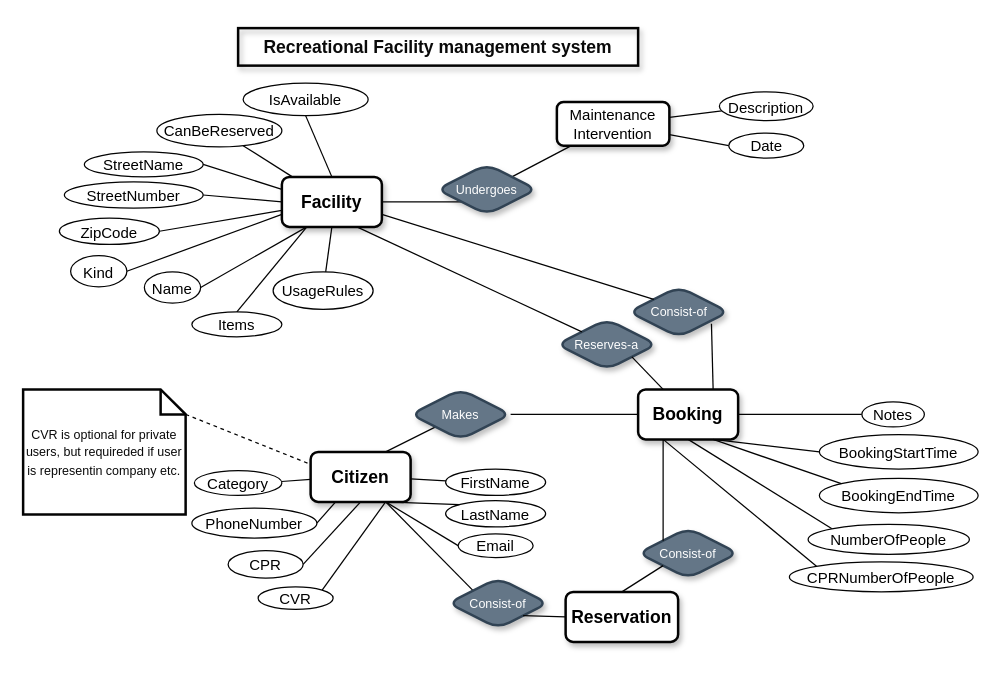
Earlier version of the draw.io diagram Handin2/diagram/ER_Diagram.drawio (MartinStokholm/DABExercises). Source tidied: cells renumbered, new cells numbered last; positions are measured from the earlier drawing's top-left corner, leaving out a move shared by most shapes. Both pictures are drawn from the tidied source at 125%, with x=0, y=0 at pixel (22, 28).
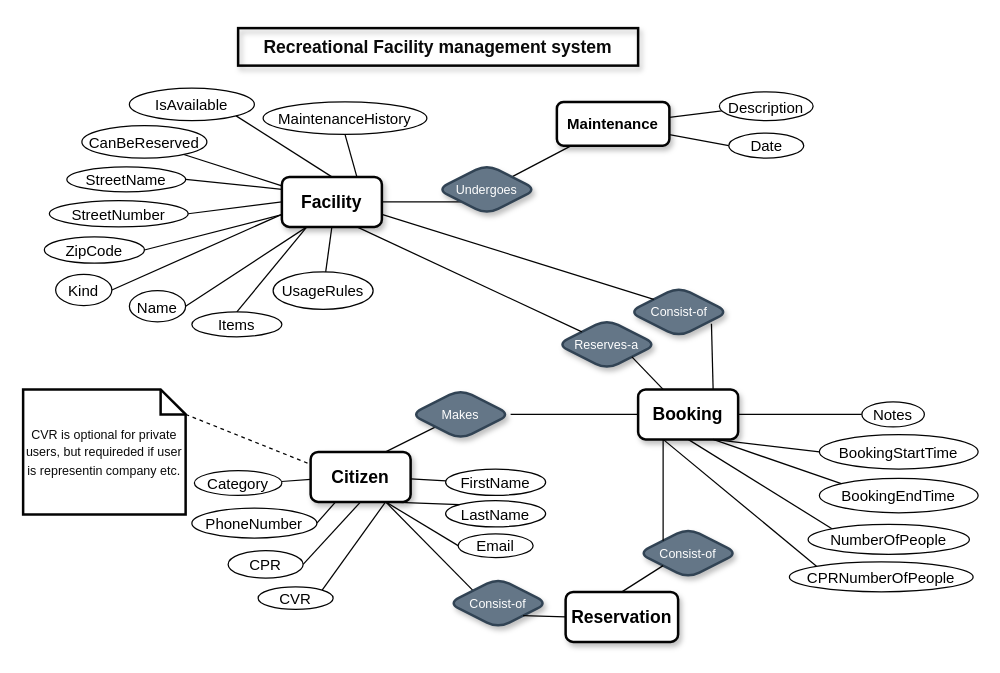
The same page after the edit.

Unchanged cells that the change refers to:
```xml
<mxCell id="3" value="&lt;font style=&quot;font-size: 14px;&quot;&gt;Facility&lt;/font&gt;" style="rounded=1;whiteSpace=wrap;html=1;shadow=1;strokeWidth=2;strokeColor=#030303;fontStyle=1;" parent="1" vertex="1">
  <mxGeometry x="207" y="119" width="80" height="40" as="geometry" />
</mxCell>
```

What changed in the source:
```diff
@@
-    <mxCell id="10" value="&lt;font style=&quot;font-size: 12px;&quot;&gt;Maintenance&lt;br&gt;Intervention&lt;br&gt;&lt;/font&gt;" style="rounded=1;whiteSpace=wrap;html=1;shadow=1;strokeWidth=2;strokeColor=#030303;" parent="1" vertex="1">
+    <mxCell id="10" value="&lt;font style=&quot;font-size: 12px&quot;&gt;Maintenance&lt;br&gt;&lt;/font&gt;" style="rounded=1;whiteSpace=wrap;html=1;shadow=1;strokeWidth=2;strokeColor=#030303;fontStyle=1;" parent="1" vertex="1">
       <mxGeometry x="427" y="59" width="90" height="35" as="geometry" />
     </mxCell>
     <mxCell id="11" value="&lt;font style=&quot;font-size: 12px;&quot;&gt;CanBeReserved&lt;/font&gt;" style="ellipse;whiteSpace=wrap;html=1;fontSize=14;strokeColor=#030303;" parent="1" vertex="1">
-      <mxGeometry x="107" y="69" width="100" height="26" as="geometry" />
+      <mxGeometry x="47" y="78" width="100" height="26" as="geometry" />
     </mxCell>
@@
     <mxCell id="13" value="&lt;span style=&quot;font-size: 12px;&quot;&gt;Kind&lt;/span&gt;" style="ellipse;whiteSpace=wrap;html=1;fontSize=14;strokeColor=#030303;" parent="1" vertex="1">
-      <mxGeometry x="38" y="182" width="45" height="25" as="geometry" />
+      <mxGeometry x="26" y="197" width="45" height="25" as="geometry" />
     </mxCell>
@@
     <mxCell id="43" value="&lt;span style=&quot;font-size: 12px&quot;&gt;StreetName&lt;/span&gt;" style="ellipse;whiteSpace=wrap;html=1;fontSize=14;strokeColor=#030303;" parent="1" vertex="1">
-      <mxGeometry x="49" y="99" width="95" height="20" as="geometry" />
+      <mxGeometry x="35" y="111" width="95" height="20" as="geometry" />
     </mxCell>
     <mxCell id="44" value="&lt;span style=&quot;font-size: 12px&quot;&gt;StreetNumber&lt;/span&gt;" style="ellipse;whiteSpace=wrap;html=1;fontSize=14;strokeColor=#030303;" parent="1" vertex="1">
-      <mxGeometry x="33" y="123" width="111" height="21" as="geometry" />
+      <mxGeometry x="21" y="138" width="111" height="21" as="geometry" />
     </mxCell>
     <mxCell id="45" value="&lt;span style=&quot;font-size: 12px&quot;&gt;ZipCode&lt;/span&gt;" style="ellipse;whiteSpace=wrap;html=1;fontSize=14;strokeColor=#030303;" parent="1" vertex="1">
-      <mxGeometry x="29" y="152" width="80" height="21" as="geometry" />
+      <mxGeometry x="17" y="167" width="80" height="21" as="geometry" />
     </mxCell>
@@
     <mxCell id="50" value="&lt;span style=&quot;font-size: 12px&quot;&gt;Name&lt;/span&gt;" style="ellipse;whiteSpace=wrap;html=1;fontSize=14;strokeColor=#030303;" parent="1" vertex="1">
-      <mxGeometry x="97" y="195" width="45" height="25" as="geometry" />
+      <mxGeometry x="85" y="210" width="45" height="25" as="geometry" />
     </mxCell>
@@
     <mxCell id="54" value="&lt;font style=&quot;font-size: 12px&quot;&gt;IsAvailable&lt;/font&gt;" style="ellipse;whiteSpace=wrap;html=1;fontSize=14;strokeColor=#030303;" parent="1" vertex="1">
-      <mxGeometry x="176" y="44" width="100" height="26" as="geometry" />
+      <mxGeometry x="85" y="48" width="100" height="26" as="geometry" />
     </mxCell>
-    <mxCell id="55" style="rounded=0;jettySize=auto;html=1;fontSize=12;endArrow=none;endFill=0;strokeColor=#030303;entryX=0.5;entryY=1;entryDx=0;entryDy=0;exitX=0.5;exitY=0;exitDx=0;exitDy=0;" parent="1" edge="1" source="3" target="54">
+    <mxCell id="55" style="rounded=0;jettySize=auto;html=1;fontSize=12;endArrow=none;endFill=0;strokeColor=#030303;entryX=1;entryY=1;entryDx=0;entryDy=0;exitX=0.5;exitY=0;exitDx=0;exitDy=0;" parent="1" edge="1" source="3" target="54">
       <mxGeometry relative="1" as="geometry" />
     </mxCell>
@@
+    <mxCell id="74" value="&lt;font style=&quot;font-size: 12px&quot;&gt;MaintenanceHistory&lt;/font&gt;" style="ellipse;whiteSpace=wrap;html=1;fontSize=14;strokeColor=#030303;" parent="1" vertex="1">
+      <mxGeometry x="192" y="59" width="131" height="26" as="geometry" />
+    </mxCell>
+    <mxCell id="75" style="rounded=0;jettySize=auto;html=1;fontSize=12;endArrow=none;endFill=0;strokeColor=#030303;entryX=0.5;entryY=1;entryDx=0;entryDy=0;exitX=0.75;exitY=0;exitDx=0;exitDy=0;" parent="1" edge="1" source="3" target="74">
+      <mxGeometry relative="1" as="geometry" />
+    </mxCell>
```
